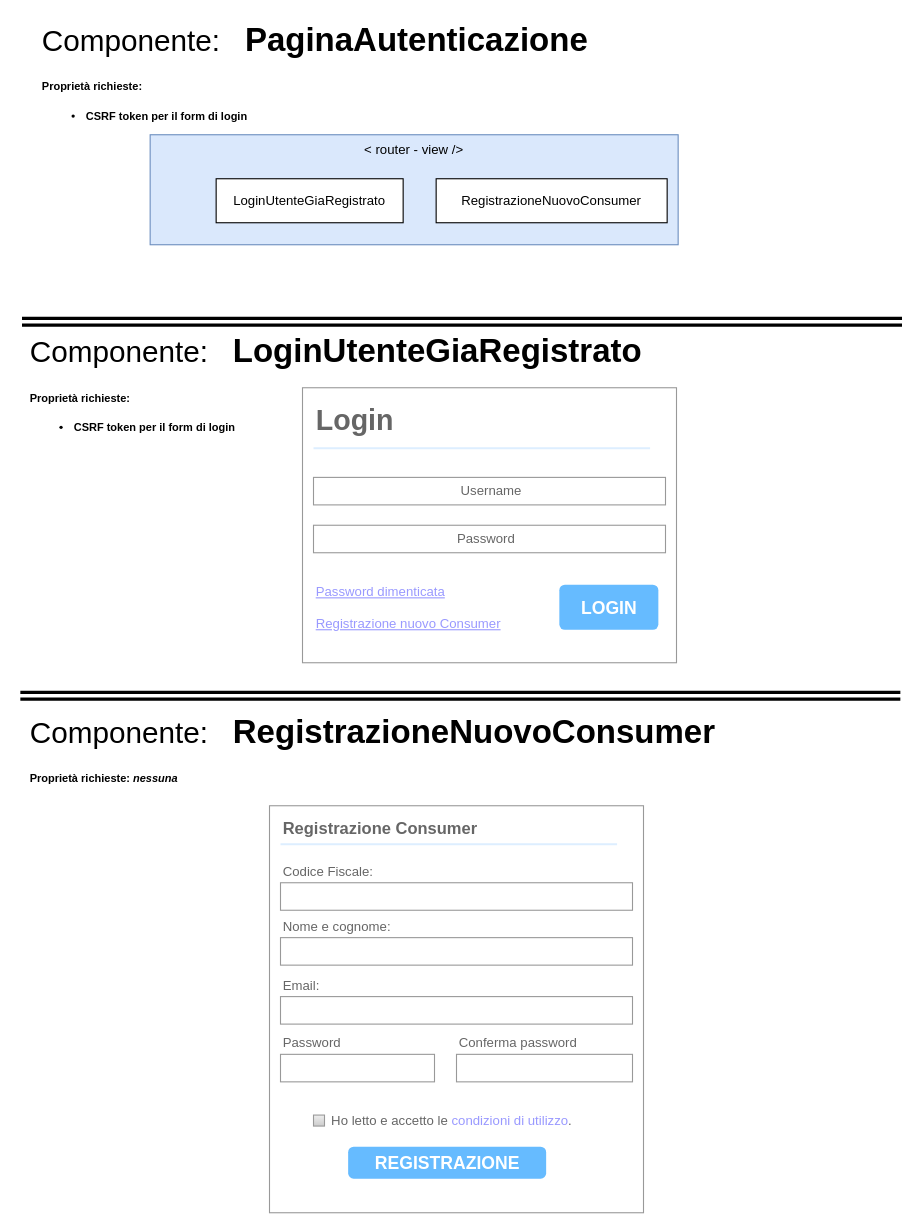
Above: algoritmi schemi e note progettuali/componenti Vue/componenti/Pagina Autenticazione.drawio in matteoferfoglia/progetto-progrweb-2020 (draw.io), before the change. Source tidied: cells renumbered, new cells numbered last; positions are measured from the earlier drawing's top-left corner, leaving out a move shared by most shapes. Both pictures are drawn from the tidied source at 110%, with x=0, y=0 at pixel (20, 65).
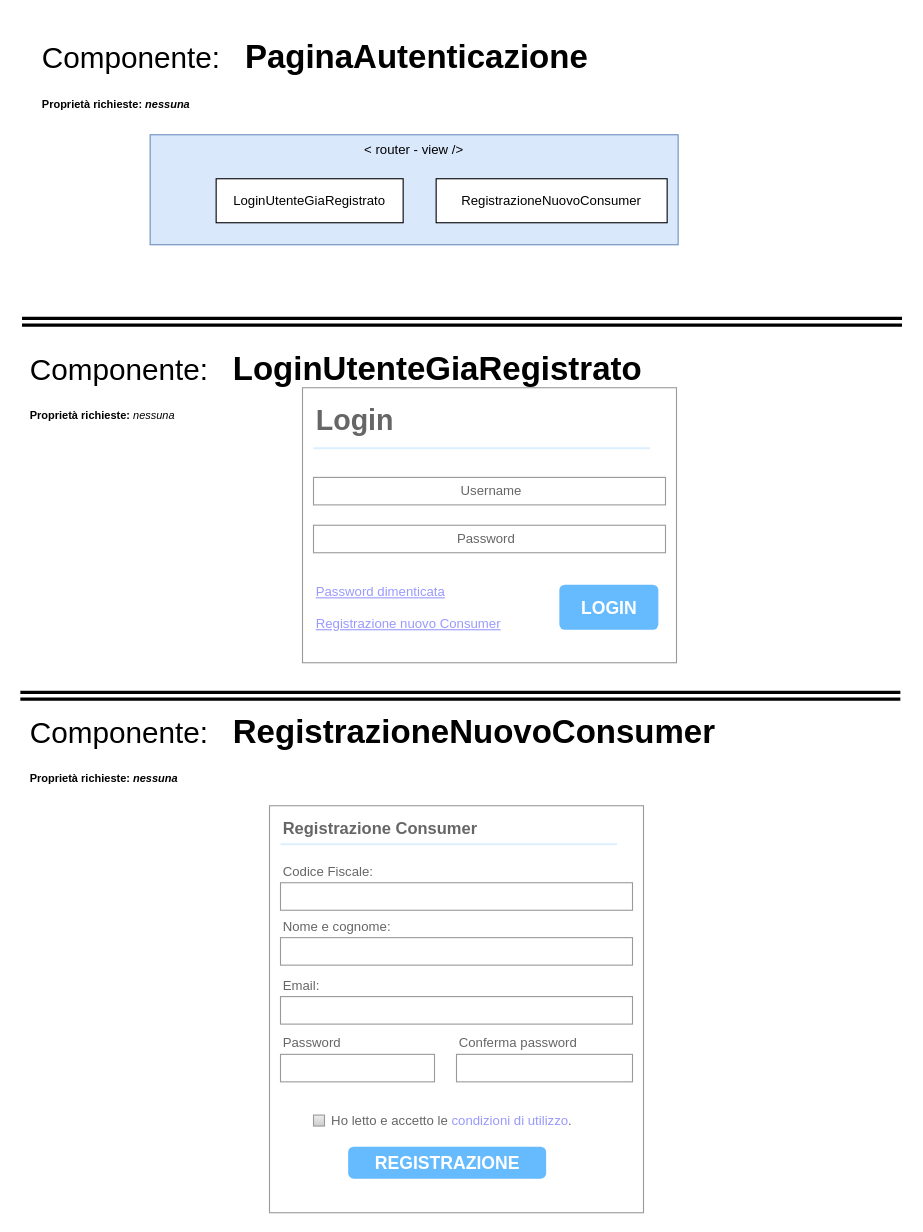
The same diagram, later.

Change to the diagram source:
```diff
@@
-    <mxCell id="2" value="&lt;font color=&quot;#000000&quot;&gt;&lt;span style=&quot;font-size: 27px&quot;&gt;Componente:&amp;nbsp; &amp;nbsp;&lt;/span&gt;&lt;b&gt;PaginaAutenticazione&lt;br&gt;&lt;font size=&quot;1&quot;&gt;Proprietà richieste:&lt;br&gt;&lt;ul&gt;&lt;li&gt;&lt;font color=&quot;#000000&quot;&gt;&lt;b&gt;&lt;font size=&quot;1&quot;&gt;CSRF token per il form di login&lt;/font&gt;&lt;/b&gt;&lt;/font&gt;&lt;/li&gt;&lt;/ul&gt;&lt;/font&gt;&lt;/b&gt;&lt;/font&gt;" style="text;html=1;strokeColor=none;fillColor=none;align=left;verticalAlign=middle;whiteSpace=wrap;rounded=0;labelBackgroundColor=none;fontSize=30;fontColor=#FFFFFF;" parent="1" vertex="1">
+    <mxCell id="2" value="&lt;font color=&quot;#000000&quot;&gt;&lt;span style=&quot;font-size: 27px&quot;&gt;Componente:&amp;nbsp; &amp;nbsp;&lt;/span&gt;&lt;b&gt;PaginaAutenticazione&lt;br&gt;&lt;font size=&quot;1&quot;&gt;Proprietà richieste: &lt;i&gt;nessuna&lt;/i&gt;&lt;br&gt;&lt;/font&gt;&lt;/b&gt;&lt;/font&gt;" style="text;html=1;strokeColor=none;fillColor=none;align=left;verticalAlign=middle;whiteSpace=wrap;rounded=0;labelBackgroundColor=none;fontSize=30;fontColor=#FFFFFF;" parent="1" vertex="1">
       <mxGeometry x="18" width="590" height="20" as="geometry" />
     </mxCell>
@@
-    <mxCell id="4" value="&lt;font color=&quot;#000000&quot;&gt;&lt;span style=&quot;font-size: 27px&quot;&gt;Componente:&amp;nbsp; &amp;nbsp;&lt;/span&gt;&lt;b&gt;LoginUtenteGiaRegistrato&lt;br&gt;&lt;font size=&quot;1&quot;&gt;Proprietà richieste:&lt;br&gt;&lt;ul&gt;&lt;li&gt;&lt;font color=&quot;#000000&quot;&gt;&lt;b&gt;&lt;font size=&quot;1&quot;&gt;CSRF token per il form di login&lt;/font&gt;&lt;/b&gt;&lt;/font&gt;&lt;/li&gt;&lt;/ul&gt;&lt;/font&gt;&lt;/b&gt;&lt;/font&gt;" style="text;html=1;strokeColor=none;fillColor=none;align=left;verticalAlign=middle;whiteSpace=wrap;rounded=0;labelBackgroundColor=none;fontSize=30;fontColor=#FFFFFF;" parent="1" vertex="1">
+    <mxCell id="4" value="&lt;font color=&quot;#000000&quot;&gt;&lt;span style=&quot;font-size: 27px&quot;&gt;Componente:&amp;nbsp; &amp;nbsp;&lt;/span&gt;&lt;b&gt;LoginUtenteGiaRegistrato&lt;/b&gt;&lt;br&gt;&lt;font size=&quot;1&quot;&gt;&lt;b&gt;Proprietà richieste: &lt;/b&gt;&lt;i&gt;nessuna&lt;/i&gt;&lt;br&gt;&lt;/font&gt;&lt;/font&gt;" style="text;html=1;strokeColor=none;fillColor=none;align=left;verticalAlign=middle;whiteSpace=wrap;rounded=0;labelBackgroundColor=none;fontSize=30;fontColor=#FFFFFF;" parent="1" vertex="1">
       <mxGeometry x="6.5" y="283" width="590" height="20" as="geometry" />
     </mxCell>
```
